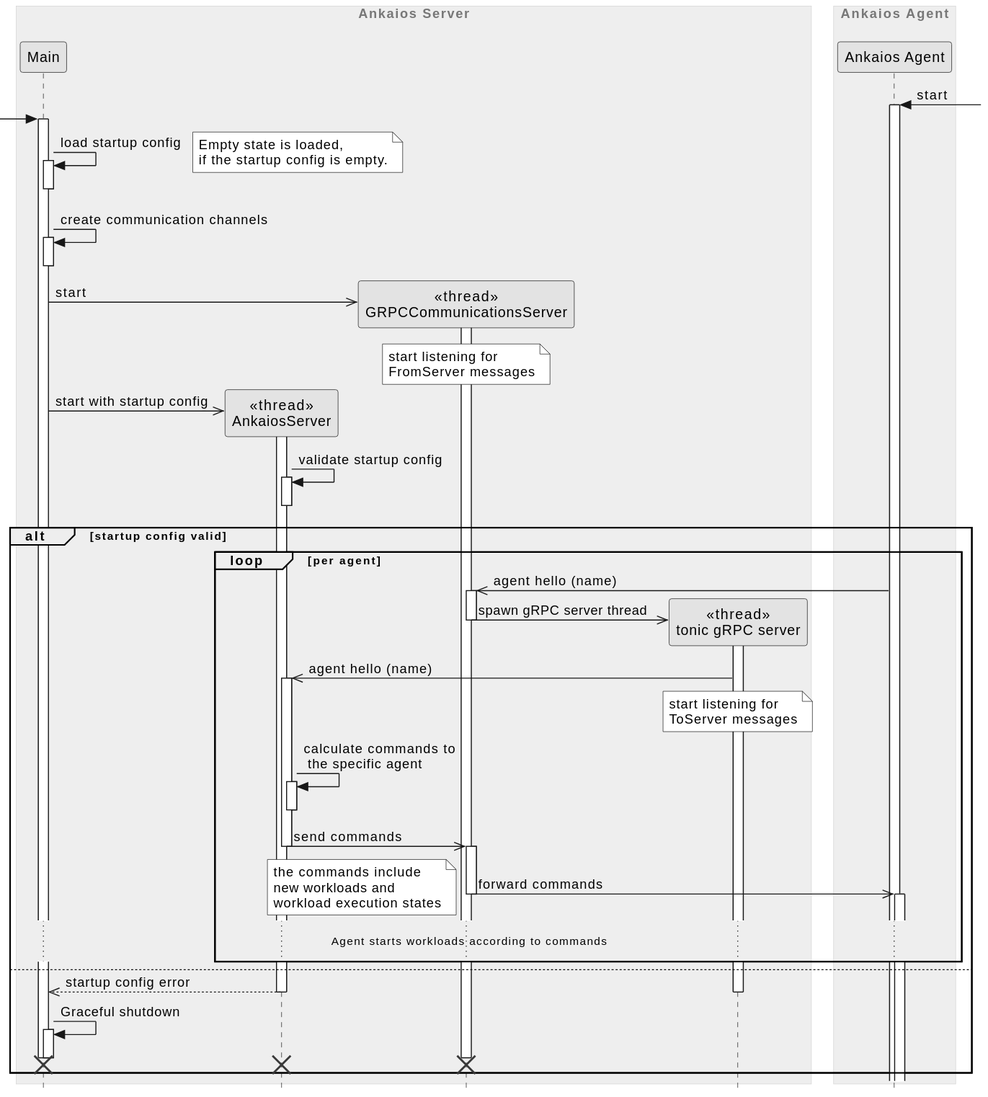
Earlier version of the PlantUML export server/doc/swdesign/plantuml/seq_startup.svg (eclipse-ankaios/ankaios).
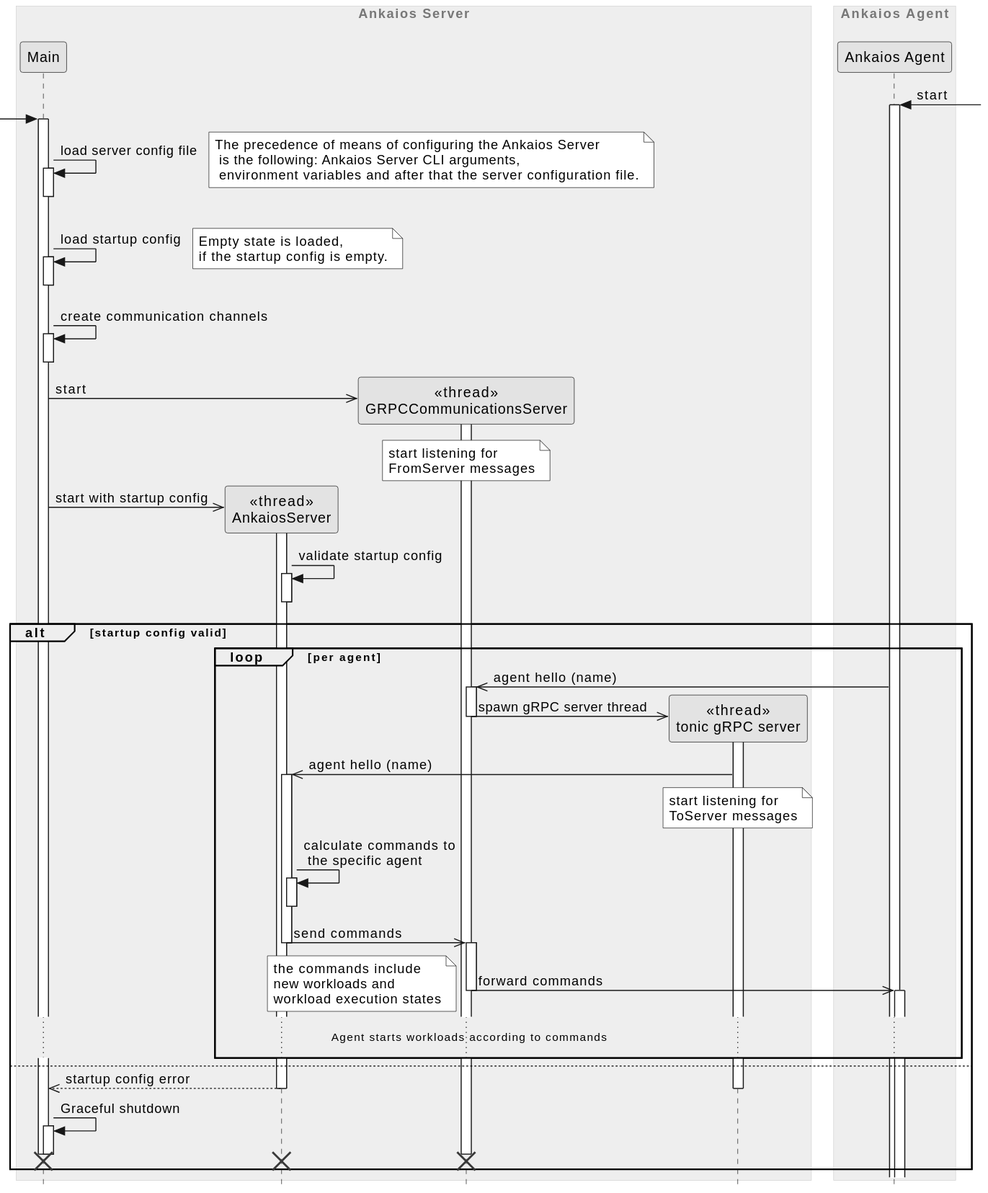
After the change.

Diff of the diagram source:
```diff
@@ -16,6 +16,8 @@
 agent <- ++: start
 
 -> main ++
+main -> main ++--: load server config file
+note right: The precedence of means of configuring the Ankaios Server\n is the following: Ankaios Server CLI arguments,\n environment variables and after that the server configuration file.
 main -> main ++--: load startup config
 note right: Empty state is loaded,\nif the startup config is empty.
 main -> main ++--: create communication channels
```
